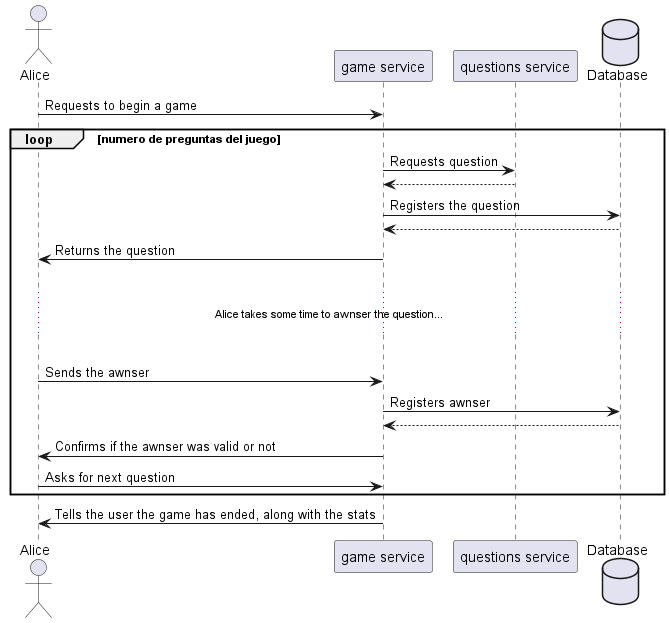
Before: images/Start a game.png, a diagram exported from PlantUML (Arquisoft/wiq_es1c). Its diagram source:
```plantuml
@startuml
actor a as "Alice"
participant q as "game service"
participant w as "questions service"
database d as "Database"


a -> q: Requests to begin a game
loop numero de preguntas del juego
q -> w: Requests question
w -->q
q -> d: Registers the question
d -->q
q -> a: Returns the question
|||
...Alice takes some time to awnser the question......
|||
a -> q: Sends the awnser
q -> d: Registers awnser
d -->q
q -> a: Confirms if the awnser was valid or not
a -> q: Asks for next question
end
q -> a: Tells the user the game has ended, along with the stats
@enduml
```
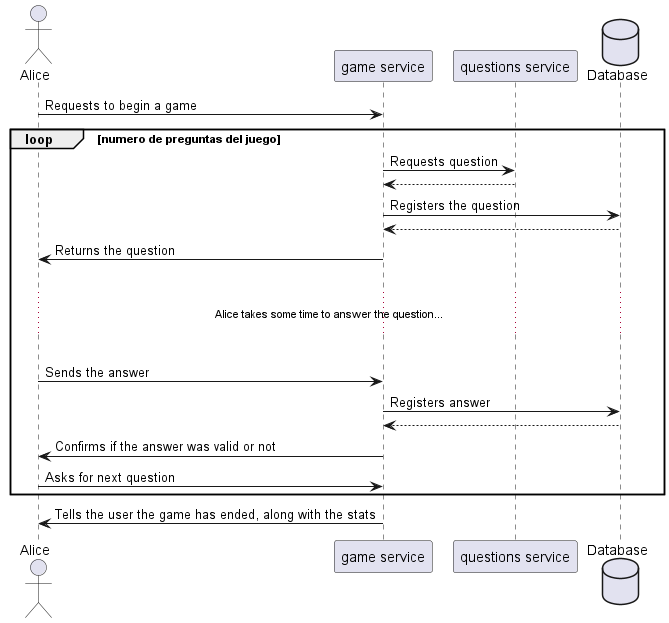
After the change.

What changed in the source:
```diff
@@ -13,12 +13,12 @@
 d -->q
 q -> a: Returns the question
 |||
-...Alice takes some time to awnser the question......
+...Alice takes some time to answer the question......
 |||
-a -> q: Sends the awnser
-q -> d: Registers awnser
+a -> q: Sends the answer
+q -> d: Registers answer
 d -->q
-q -> a: Confirms if the awnser was valid or not
+q -> a: Confirms if the answer was valid or not
 a -> q: Asks for next question
 end
 q -> a: Tells the user the game has ended, along with the stats
```
